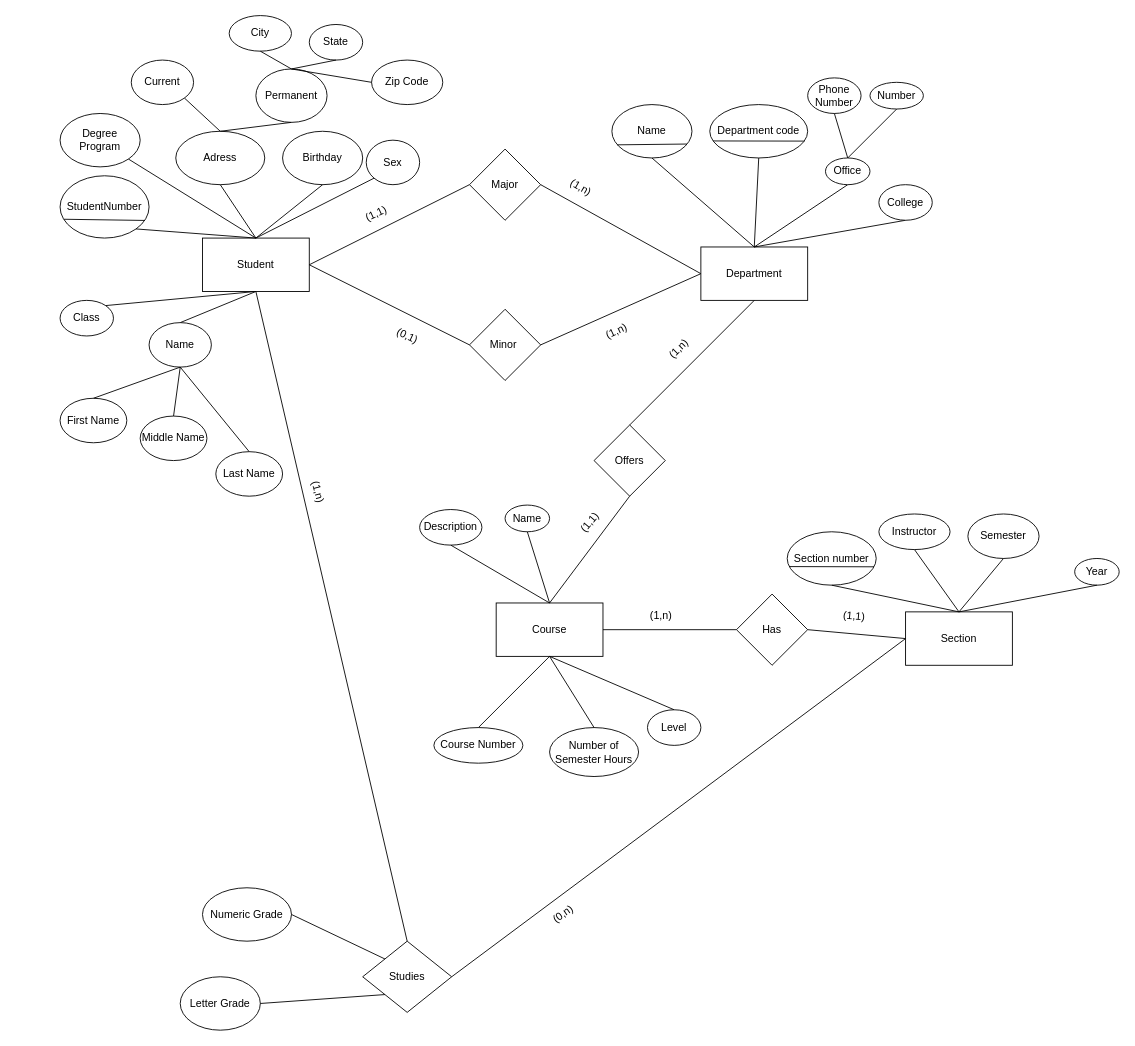
Above: Biểu đồ không có tiêu đề.drawio in mzuyyy/Practice (draw.io), before the change. Source tidied: cells renumbered, new cells numbered last; positions are measured from the earlier drawing's top-left corner, leaving out a move shared by most shapes. Both pictures are drawn from the tidied source at 89%, with x=0, y=0 at pixel (60, 15).
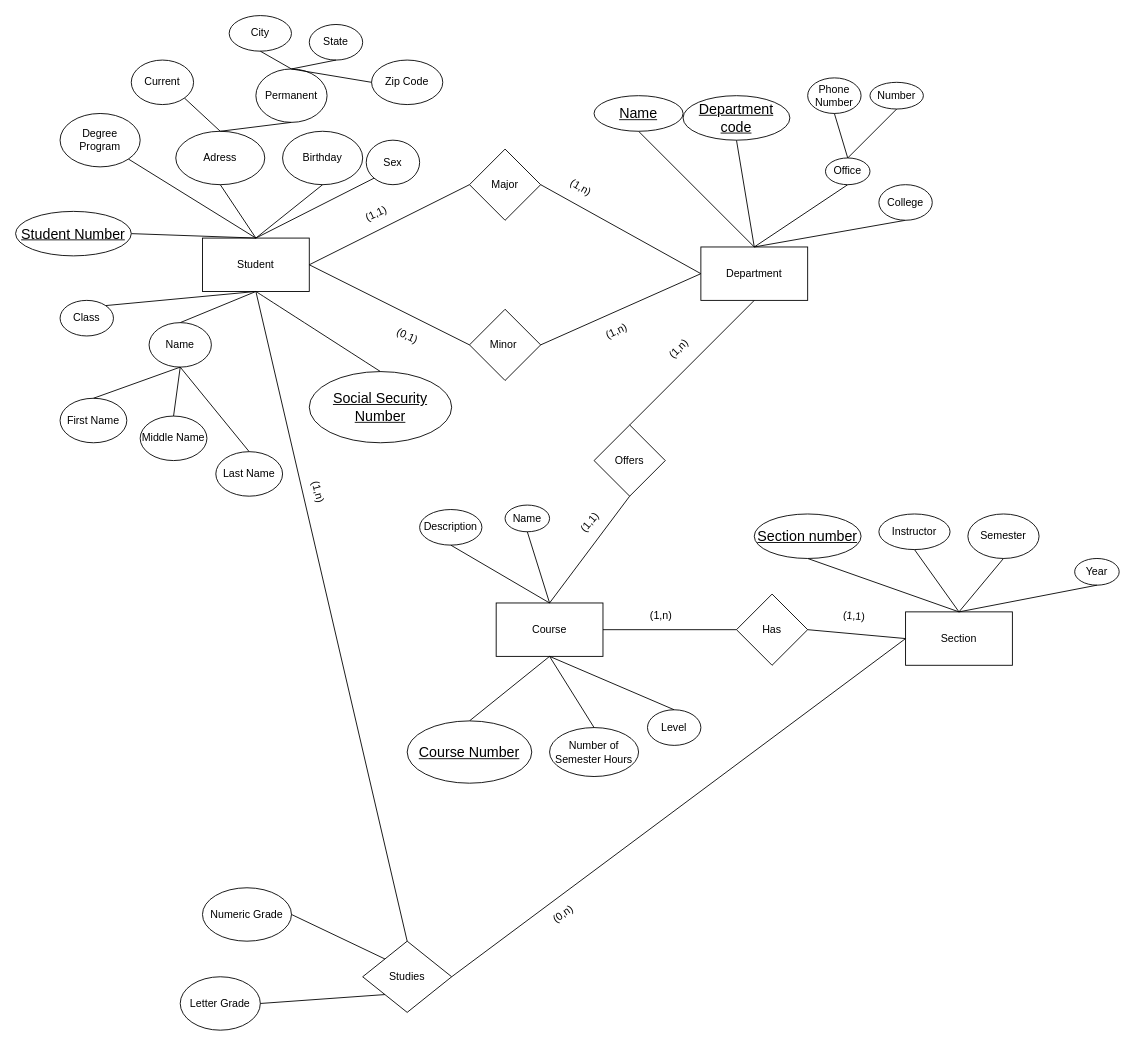
The same diagram, later.

Commit message:
Cập nhật Biểu đồ không có tiêu đề.drawio

Unchanged cells that the change refers to:
```xml
<mxCell id="2" value="Student" style="rounded=0;whiteSpace=wrap;html=1;" parent="1" vertex="1">
  <mxGeometry x="160" y="250" width="120" height="60" as="geometry" />
</mxCell>
```

What changed in the source:
```diff
@@
-    <mxCell id="21" value="StudentNumber" style="ellipse;whiteSpace=wrap;html=1;" parent="1" vertex="1">
-      <mxGeometry y="180" width="100" height="70" as="geometry" />
-    </mxCell>
-    <mxCell id="22" style="endArrow=none;html=1;rounded=0;entryX=0.953;entryY=0.717;entryDx=0;entryDy=0;entryPerimeter=0;exitX=0.044;exitY=0.698;exitDx=0;exitDy=0;exitPerimeter=0;" parent="1" edge="1" source="21" target="21">
-      <mxGeometry relative="1" as="geometry" />
-    </mxCell>
-    <mxCell id="23" style="endArrow=none;html=1;rounded=0;entryX=0.5;entryY=0;entryDx=0;entryDy=0;exitX=1;exitY=1;exitDx=0;exitDy=0;" parent="1" edge="1" source="21" target="2">
+    <mxCell id="23" style="endArrow=none;html=1;rounded=0;entryX=0.5;entryY=0;entryDx=0;entryDy=0;exitX=1;exitY=0.5;exitDx=0;exitDy=0;" parent="1" edge="1" source="99" target="2">
       <mxGeometry relative="1" as="geometry" />
     </mxCell>
@@
-    <mxCell id="43" value="Name" style="ellipse;whiteSpace=wrap;html=1;" parent="1" vertex="1">
-      <mxGeometry x="620" y="100" width="90" height="60" as="geometry" />
-    </mxCell>
-    <mxCell id="44" style="endArrow=none;html=1;rounded=0;exitX=0.068;exitY=0.754;exitDx=0;exitDy=0;exitPerimeter=0;entryX=0.936;entryY=0.739;entryDx=0;entryDy=0;entryPerimeter=0;" parent="1" edge="1" source="43" target="43">
-      <mxGeometry relative="1" as="geometry" />
-    </mxCell>
-    <mxCell id="45" value="Department code" style="ellipse;whiteSpace=wrap;html=1;" parent="1" vertex="1">
-      <mxGeometry x="730" y="100" width="110" height="60" as="geometry" />
-    </mxCell>
-    <mxCell id="46" style="endArrow=none;html=1;rounded=0;entryX=0.966;entryY=0.684;entryDx=0;entryDy=0;entryPerimeter=0;exitX=0.033;exitY=0.681;exitDx=0;exitDy=0;exitPerimeter=0;" parent="1" edge="1" source="45" target="45">
-      <mxGeometry relative="1" as="geometry" />
-    </mxCell>
@@
-    <mxCell id="74" value="Course Number" style="ellipse;whiteSpace=wrap;html=1;" parent="1" vertex="1">
-      <mxGeometry x="420" y="800" width="100" height="40" as="geometry" />
-    </mxCell>
@@
-    <mxCell id="88" value="Section number" style="ellipse;whiteSpace=wrap;html=1;" parent="1" vertex="1">
-      <mxGeometry x="817" y="580" width="100" height="60" as="geometry" />
-    </mxCell>
-    <mxCell id="89" style="endArrow=none;html=1;rounded=0;entryX=0.975;entryY=0.656;entryDx=0;entryDy=0;entryPerimeter=0;exitX=0.023;exitY=0.652;exitDx=0;exitDy=0;exitPerimeter=0;" parent="1" edge="1" source="88" target="88">
-      <mxGeometry relative="1" as="geometry" />
-    </mxCell>
@@
+    <mxCell id="43" value="Name" style="ellipse;whiteSpace=wrap;html=1;align=center;fontStyle=4;fontSize=16;" parent="1" vertex="1">
+      <mxGeometry x="600" y="90" width="100" height="40" as="geometry" />
+    </mxCell>
+    <mxCell id="99" value="Student Number" style="ellipse;whiteSpace=wrap;html=1;align=center;fontStyle=4;fontSize=16;" parent="1" vertex="1">
+      <mxGeometry x="-50" y="220" width="130" height="50" as="geometry" />
+    </mxCell>
+    <mxCell id="45" value="Department code" style="ellipse;whiteSpace=wrap;html=1;align=center;fontStyle=4;fontSize=16;" parent="1" vertex="1">
+      <mxGeometry x="700" y="90" width="120" height="50" as="geometry" />
+    </mxCell>
+    <mxCell id="88" value="Section number" style="ellipse;whiteSpace=wrap;html=1;align=center;fontStyle=4;fontSize=16;" parent="1" vertex="1">
+      <mxGeometry x="780" y="560" width="120" height="50" as="geometry" />
+    </mxCell>
+    <mxCell id="74" value="Course Number" style="ellipse;whiteSpace=wrap;html=1;align=center;fontStyle=4;fontSize=16;" parent="1" vertex="1">
+      <mxGeometry x="390" y="792.5" width="140" height="70" as="geometry" />
+    </mxCell>
+    <mxCell id="100" value="Social Security Number" style="ellipse;whiteSpace=wrap;html=1;align=center;fontStyle=4;fontSize=16;" parent="1" vertex="1">
+      <mxGeometry x="280" y="400" width="160" height="80" as="geometry" />
+    </mxCell>
+    <mxCell id="101" style="endArrow=none;html=1;rounded=0;fontSize=12;startSize=8;endSize=8;curved=1;exitX=0.5;exitY=1;exitDx=0;exitDy=0;entryX=0.5;entryY=0;entryDx=0;entryDy=0;" parent="1" edge="1" source="2" target="100">
+      <mxGeometry relative="1" as="geometry" />
+    </mxCell>
```
